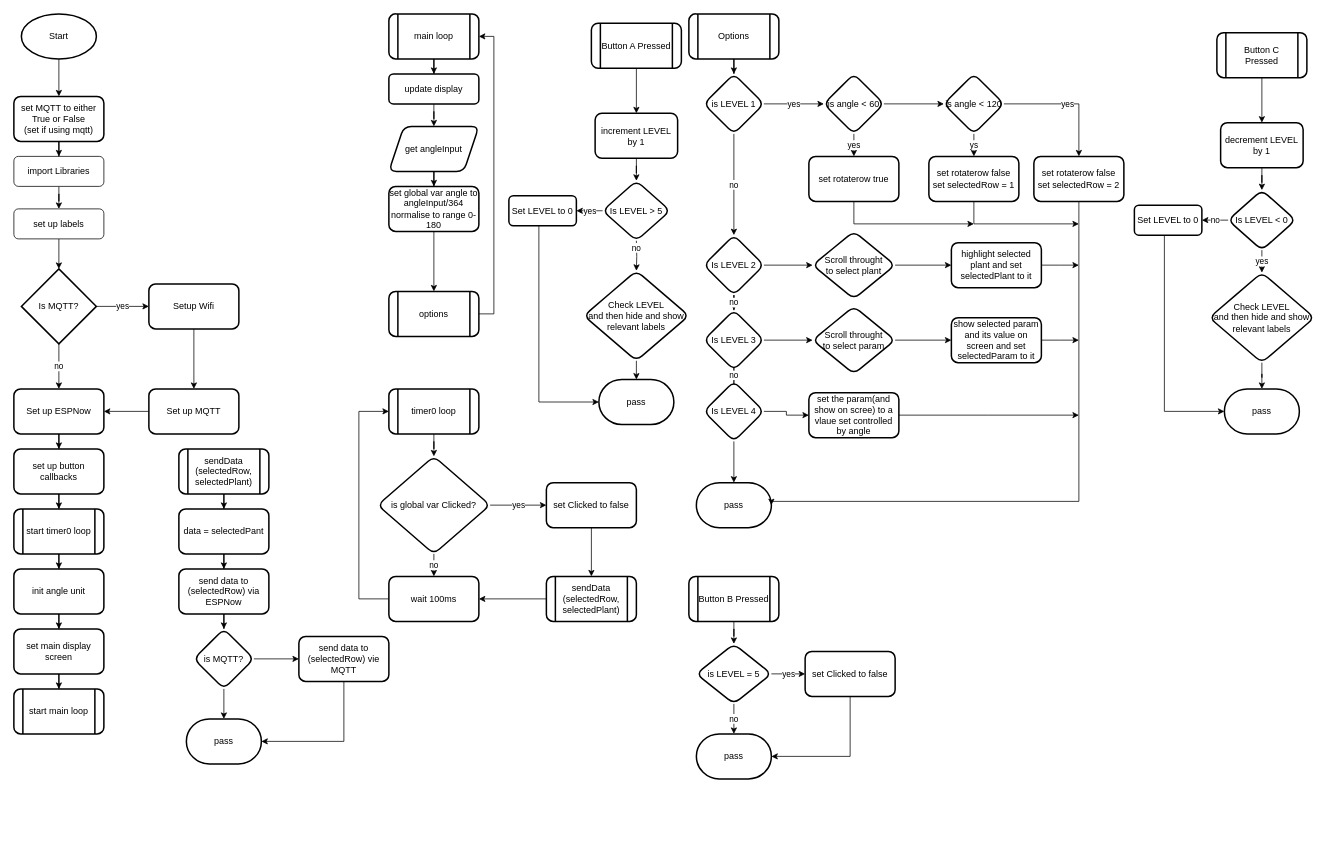
This is page "Page-1" (1 of 4) of flowcharts/MasterFlowChart.drawio from thisisnich/programmingProject1, a draw.io file, before an edit. Source tidied: cells renumbered, new cells numbered last; positions are measured from the earlier drawing's top-left corner, leaving out a move shared by most shapes. Both pictures are drawn from the tidied source at 75%, with x=0, y=0 at pixel (14, 14).
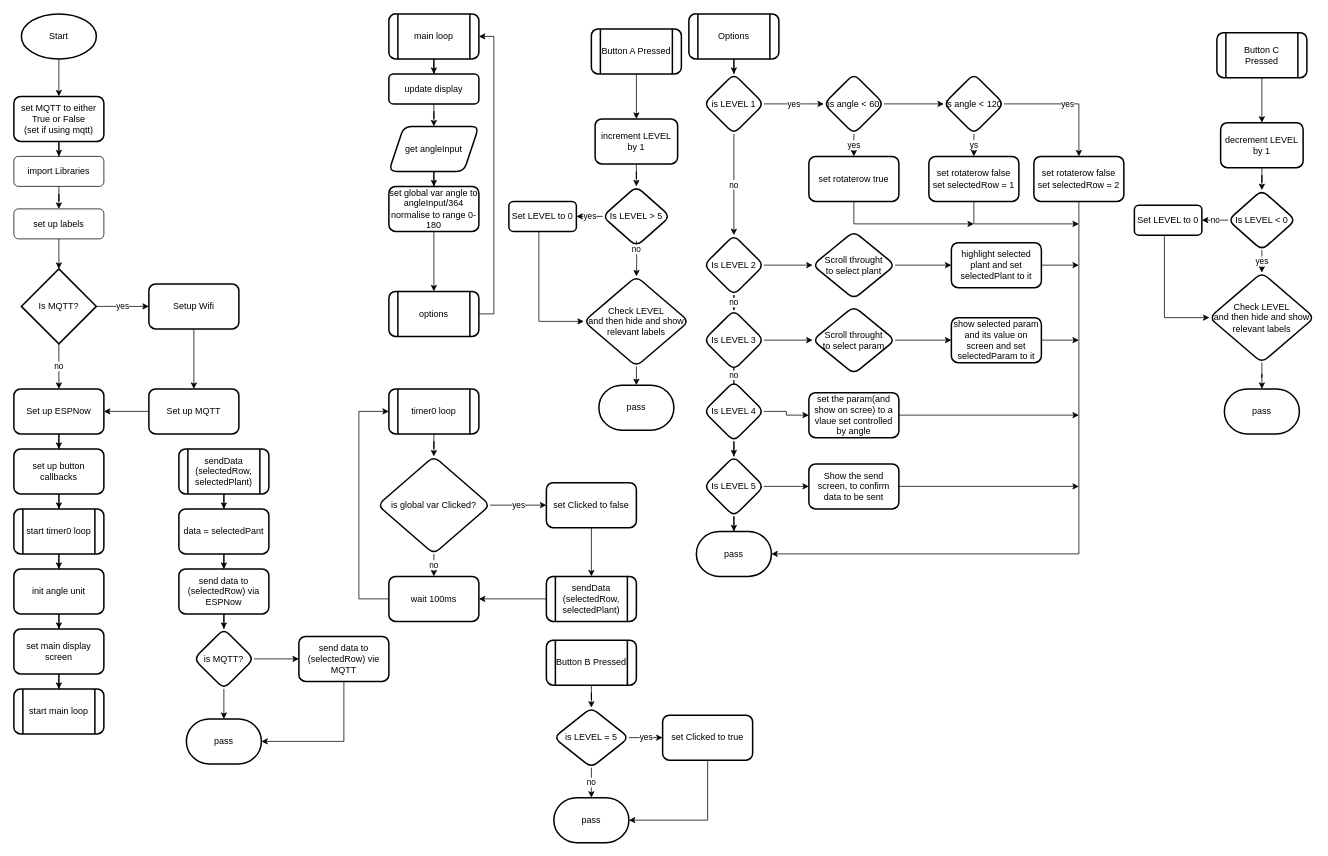
The same diagram, later.

The change refers to these unchanged cells:
```xml
<mxCell id="74" value="Is LEVEL 4" style="rhombus;whiteSpace=wrap;html=1;rounded=1;strokeWidth=2;" parent="1" vertex="1">
  <mxGeometry x="920" y="490" width="80" height="80" as="geometry" />
</mxCell>
<mxCell id="85" value="&lt;div&gt;set rotaterow false&lt;/div&gt;&lt;div&gt;set selectedRow = 2&lt;/div&gt;" style="whiteSpace=wrap;html=1;rounded=1;strokeWidth=2;" parent="1" vertex="1">
  <mxGeometry x="1360" y="190" width="120" height="60" as="geometry" />
</mxCell>
<mxCell id="113" value="Set LEVEL to 0" style="whiteSpace=wrap;html=1;rounded=1;strokeWidth=2;" parent="1" vertex="1">
  <mxGeometry x="1494" y="255" width="90" height="40" as="geometry" />
</mxCell>
<mxCell id="115" value="&lt;div&gt;Check LEVEL&lt;/div&gt;&lt;div&gt;and then hide and show relevant labels&lt;/div&gt;" style="rhombus;whiteSpace=wrap;html=1;rounded=1;strokeWidth=2;" parent="1" vertex="1">
  <mxGeometry x="1594" y="345" width="140" height="120" as="geometry" />
</mxCell>
<mxCell id="116" value="pass" style="strokeWidth=2;html=1;shape=mxgraph.flowchart.terminator;whiteSpace=wrap;" parent="1" vertex="1">
  <mxGeometry x="1614" y="500" width="100" height="60" as="geometry" />
</mxCell>
<mxCell id="126" value="Set LEVEL to 0" style="whiteSpace=wrap;html=1;rounded=1;strokeWidth=2;" parent="118" vertex="1">
  <mxGeometry y="230" width="90" height="40" as="geometry" />
</mxCell>
<mxCell id="128" value="pass" style="strokeWidth=2;html=1;shape=mxgraph.flowchart.terminator;whiteSpace=wrap;" parent="118" vertex="1">
  <mxGeometry x="120" y="475" width="100" height="60" as="geometry" />
</mxCell>
<mxCell id="130" value="&lt;div&gt;Check LEVEL&lt;/div&gt;&lt;div&gt;and then hide and show relevant labels&lt;/div&gt;" style="rhombus;whiteSpace=wrap;html=1;rounded=1;strokeWidth=2;" parent="118" vertex="1">
  <mxGeometry x="100" y="330" width="140" height="120" as="geometry" />
</mxCell>
```

What changed in the source:
```diff
@@
-    <mxCell id="72" style="edgeStyle=orthogonalEdgeStyle;rounded=0;jettySize=auto;html=1;" parent="1" edge="1" source="74" target="86">
+    <mxCell id="72" style="edgeStyle=orthogonalEdgeStyle;rounded=0;jettySize=auto;html=1;" parent="1" edge="1" source="135" target="86">
       <mxGeometry relative="1" as="geometry" />
     </mxCell>
@@
     <mxCell id="86" value="pass" style="strokeWidth=2;html=1;shape=mxgraph.flowchart.terminator;whiteSpace=wrap;" parent="1" vertex="1">
-      <mxGeometry x="910" y="625" width="100" height="60" as="geometry" />
+      <mxGeometry x="910" y="690" width="100" height="60" as="geometry" />
     </mxCell>
     <mxCell id="87" style="edgeStyle=orthogonalEdgeStyle;rounded=0;jettySize=auto;html=1;entryX=1;entryY=0.5;entryDx=0;entryDy=0;entryPerimeter=0;" parent="1" edge="1" source="85" target="86">
       <mxGeometry relative="1" as="geometry">
         <Array as="points">
-          <mxPoint x="1420" y="650" />
-          <mxPoint x="1010" y="650" />
+          <mxPoint x="1420" y="720" />
         </Array>
       </mxGeometry>
     </mxCell>
@@
     <mxCell id="99" value="Button B Pressed" style="shape=process;whiteSpace=wrap;html=1;backgroundOutline=1;rounded=1;strokeWidth=2;" parent="1" vertex="1">
-      <mxGeometry x="900" y="750" width="120" height="60" as="geometry" />
+      <mxGeometry x="710" y="835" width="120" height="60" as="geometry" />
     </mxCell>
@@
     <mxCell id="102" value="is LEVEL = 5" style="rhombus;whiteSpace=wrap;html=1;rounded=1;strokeWidth=2;" parent="1" vertex="1">
-      <mxGeometry x="910" y="840" width="100" height="80" as="geometry" />
+      <mxGeometry x="720" y="925" width="100" height="80" as="geometry" />
     </mxCell>
-    <mxCell id="103" value="set Clicked to false" style="whiteSpace=wrap;html=1;rounded=1;strokeWidth=2;" parent="1" vertex="1">
-      <mxGeometry x="1055" y="850" width="120" height="60" as="geometry" />
+    <mxCell id="103" value="set Clicked to true" style="whiteSpace=wrap;html=1;rounded=1;strokeWidth=2;" parent="1" vertex="1">
+      <mxGeometry x="865" y="935" width="120" height="60" as="geometry" />
     </mxCell>
     <mxCell id="104" value="pass" style="strokeWidth=2;html=1;shape=mxgraph.flowchart.terminator;whiteSpace=wrap;" parent="1" vertex="1">
-      <mxGeometry x="910" y="960" width="100" height="60" as="geometry" />
+      <mxGeometry x="720" y="1045" width="100" height="60" as="geometry" />
     </mxCell>
     <mxCell id="105" style="edgeStyle=orthogonalEdgeStyle;rounded=0;jettySize=auto;html=1;entryX=1;entryY=0.5;entryDx=0;entryDy=0;entryPerimeter=0;" parent="1" edge="1" source="103" target="104">
       <mxGeometry relative="1" as="geometry">
         <Array as="points">
-          <mxPoint x="1115" y="990" />
+          <mxPoint x="925" y="1075" />
         </Array>
       </mxGeometry>
     </mxCell>
@@
-    <mxCell id="117" style="edgeStyle=orthogonalEdgeStyle;rounded=0;jettySize=auto;html=1;entryX=0;entryY=0.5;entryDx=0;entryDy=0;entryPerimeter=0;" parent="1" edge="1" source="113" target="116">
+    <mxCell id="117" style="edgeStyle=orthogonalEdgeStyle;rounded=0;jettySize=auto;html=1;entryX=0;entryY=0.5;entryDx=0;entryDy=0;" parent="1" edge="1" source="113" target="115">
       <mxGeometry relative="1" as="geometry">
         <Array as="points">
-          <mxPoint x="1534" y="530" />
+          <mxPoint x="1534" y="405" />
         </Array>
       </mxGeometry>
     </mxCell>
     <mxCell id="118" style="group;" parent="1" vertex="1">
-      <mxGeometry x="660" y="12.5" width="240" height="535" as="geometry" />
+      <mxGeometry x="660" y="20" width="240" height="535" as="geometry" />
     </mxCell>
@@
-    <mxCell id="129" style="edgeStyle=orthogonalEdgeStyle;rounded=0;jettySize=auto;html=1;entryX=0;entryY=0.5;entryDx=0;entryDy=0;entryPerimeter=0;" parent="118" edge="1" source="126" target="128">
+    <mxCell id="129" style="edgeStyle=orthogonalEdgeStyle;rounded=0;jettySize=auto;html=1;entryX=0;entryY=0.5;entryDx=0;entryDy=0;" parent="118" edge="1" source="126" target="130">
       <mxGeometry relative="1" as="geometry">
         <Array as="points">
-          <mxPoint x="40" y="505" />
+          <mxPoint x="40" y="390" />
         </Array>
       </mxGeometry>
     </mxCell>
@@
+    <mxCell id="133" style="edgeStyle=orthogonalEdgeStyle;rounded=0;jettySize=auto;html=1;" parent="1" edge="1" source="74" target="135">
+      <mxGeometry relative="1" as="geometry" />
+    </mxCell>
+    <mxCell id="134" style="edgeStyle=orthogonalEdgeStyle;rounded=0;jettySize=auto;html=1;" parent="1" edge="1" source="135" target="137">
+      <mxGeometry relative="1" as="geometry" />
+    </mxCell>
+    <mxCell id="135" value="Is LEVEL 5" style="rhombus;whiteSpace=wrap;html=1;rounded=1;strokeWidth=2;" parent="1" vertex="1">
+      <mxGeometry x="920" y="590" width="80" height="80" as="geometry" />
+    </mxCell>
+    <mxCell id="136" style="edgeStyle=orthogonalEdgeStyle;rounded=0;jettySize=auto;html=1;" parent="1" edge="1" source="137">
+      <mxGeometry relative="1" as="geometry">
+        <mxPoint x="1420" y="630" as="targetPoint" />
+      </mxGeometry>
+    </mxCell>
+    <mxCell id="137" value="Show the send screen, to confirm data to be sent" style="whiteSpace=wrap;html=1;rounded=1;strokeWidth=2;" parent="1" vertex="1">
+      <mxGeometry x="1060" y="600" width="120" height="60" as="geometry" />
+    </mxCell>
```
